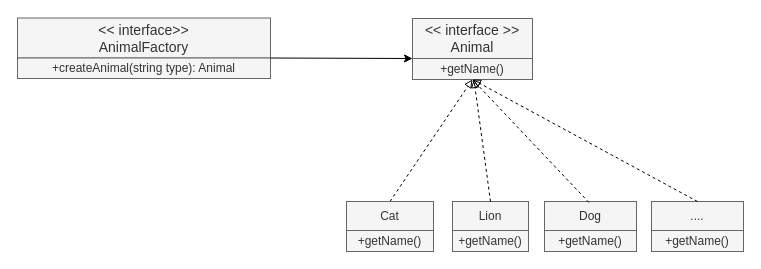
Before: Untitled Diagram.drawio in quoctrung163/diagram, a draw.io diagram. Source tidied: cells renumbered, new cells numbered last; positions are measured from the earlier drawing's top-left corner, leaving out a move shared by most shapes. Both pictures are drawn from the tidied source at 100%, with x=0, y=0 at pixel (17, 18).
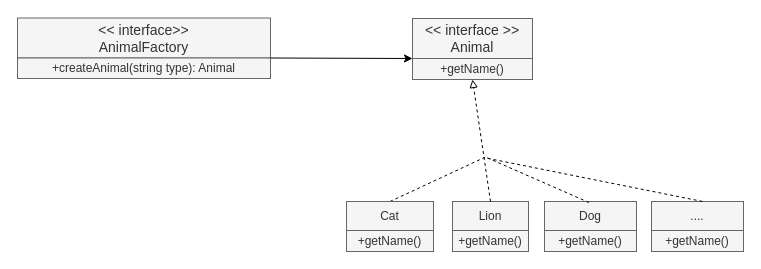
The same page after the edit.

The change refers to these unchanged cells:
```xml
<mxCell id="4" value="Cat" style="rounded=0;whiteSpace=wrap;html=1;fillColor=#f5f5f5;strokeColor=#666666;fontColor=#333333;" parent="1" vertex="1">
  <mxGeometry x="329" y="183" width="87" height="29" as="geometry" />
</mxCell>
<mxCell id="5" value="+getName()" style="rounded=0;whiteSpace=wrap;html=1;fillColor=#f5f5f5;strokeColor=#666666;fontColor=#333333;" parent="1" vertex="1">
  <mxGeometry x="395" y="40" width="120" height="21" as="geometry" />
</mxCell>
<mxCell id="7" value="Lion" style="rounded=0;whiteSpace=wrap;html=1;fillColor=#f5f5f5;strokeColor=#666666;fontColor=#333333;" parent="1" vertex="1">
  <mxGeometry x="435" y="183" width="76" height="29" as="geometry" />
</mxCell>
<mxCell id="10" value="Dog" style="rounded=0;whiteSpace=wrap;html=1;fillColor=#f5f5f5;strokeColor=#666666;fontColor=#333333;" parent="1" vertex="1">
  <mxGeometry x="527" y="183" width="92" height="29" as="geometry" />
</mxCell>
<mxCell id="15" value="...." style="rounded=0;whiteSpace=wrap;html=1;fillColor=#f5f5f5;strokeColor=#666666;fontColor=#333333;" parent="1" vertex="1">
  <mxGeometry x="634" y="183" width="92" height="29" as="geometry" />
</mxCell>
```

The edit, as a diff of the source:
```diff
@@
-    <mxCell id="3" style="endArrow=block;html=1;rounded=1;dashed=1;endFill=0;exitX=0.5;exitY=0;exitDx=0;exitDy=0;entryX=0.5;entryY=1;entryDx=0;entryDy=0;jumpStyle=none;startSize=10;fontSize=11;labelBorderColor=none;" parent="1" edge="1" source="4" target="5">
-      <mxGeometry relative="1" as="geometry" />
+    <mxCell id="3" style="endArrow=none;html=1;rounded=1;dashed=1;endFill=0;exitX=0.5;exitY=0;exitDx=0;exitDy=0;jumpStyle=none;startSize=10;fontSize=11;labelBorderColor=none;" parent="1" edge="1" source="4">
+      <mxGeometry relative="1" as="geometry">
+        <mxPoint x="467" y="139" as="targetPoint" />
+        <Array as="points">
+          <mxPoint x="467" y="139" />
+        </Array>
+      </mxGeometry>
     </mxCell>
@@
-    <mxCell id="9" style="endArrow=block;html=1;rounded=1;dashed=1;endFill=0;jumpStyle=none;startSize=10;exitX=0.5;exitY=0;exitDx=0;exitDy=0;" parent="1" edge="1" source="7" target="5">
+    <mxCell id="9" style="endArrow=block;html=1;rounded=1;dashed=1;endFill=0;jumpStyle=none;startSize=10;exitX=0.5;exitY=0;exitDx=0;exitDy=0;entryX=0.5;entryY=1;entryDx=0;entryDy=0;" parent="1" edge="1" source="7" target="5">
       <mxGeometry relative="1" as="geometry" />
     </mxCell>
@@
-    <mxCell id="12" style="endArrow=block;html=1;rounded=1;dashed=1;endFill=0;jumpStyle=none;startSize=10;entryX=0.5;entryY=1;entryDx=0;entryDy=0;exitX=0.483;exitY=0.034;exitDx=0;exitDy=0;exitPerimeter=0;" parent="1" edge="1" source="10" target="5">
-      <mxGeometry relative="1" as="geometry" />
+    <mxCell id="12" style="endArrow=none;html=1;rounded=1;dashed=1;endFill=0;jumpStyle=none;startSize=10;exitX=0.483;exitY=0.034;exitDx=0;exitDy=0;exitPerimeter=0;" parent="1" edge="1" source="10">
+      <mxGeometry relative="1" as="geometry">
+        <mxPoint x="469" y="139" as="targetPoint" />
+        <Array as="points">
+          <mxPoint x="469" y="139" />
+        </Array>
+      </mxGeometry>
     </mxCell>
@@
-    <mxCell id="17" style="endArrow=block;html=1;rounded=1;dashed=1;endFill=0;jumpStyle=none;startSize=10;entryX=0.5;entryY=1;entryDx=0;entryDy=0;exitX=0.5;exitY=0;exitDx=0;exitDy=0;" parent="1" edge="1" source="15" target="5">
-      <mxGeometry relative="1" as="geometry" />
-    </mxCell>
@@
+    <mxCell id="19" style="endArrow=none;dashed=1;html=1;fontSize=11;exitX=0.554;exitY=-0.002;exitDx=0;exitDy=0;exitPerimeter=0;startSize=10;endFill=0;" parent="1" edge="1" source="15">
+      <mxGeometry relative="1" as="geometry">
+        <mxPoint x="466" y="139" as="targetPoint" />
+      </mxGeometry>
+    </mxCell>
```
